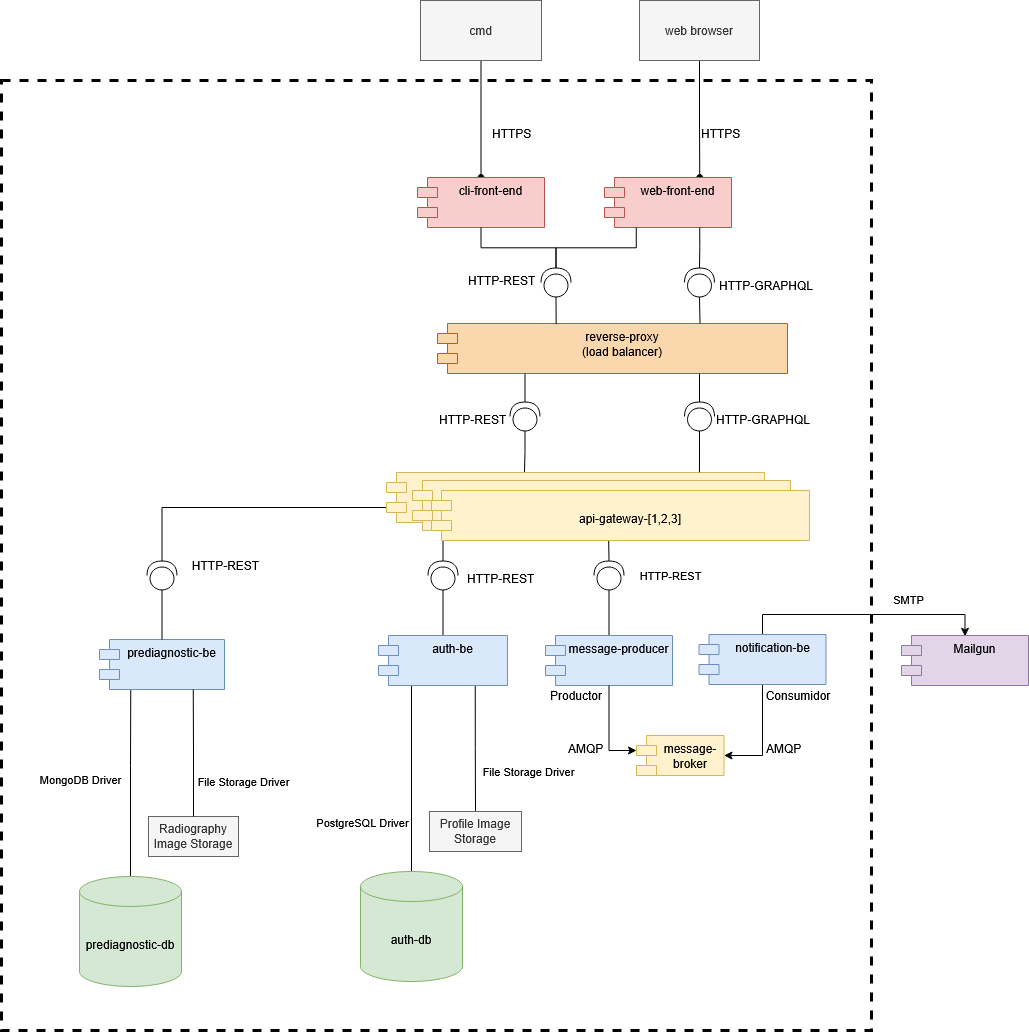
Above: P3/images/cycview.png in unobeswarch/PrototypesReadmes (draw.io), before the change. Source tidied: cells renumbered, new cells last; positions are measured from the earlier drawing's top-left corner, leaving out a move shared by most shapes.
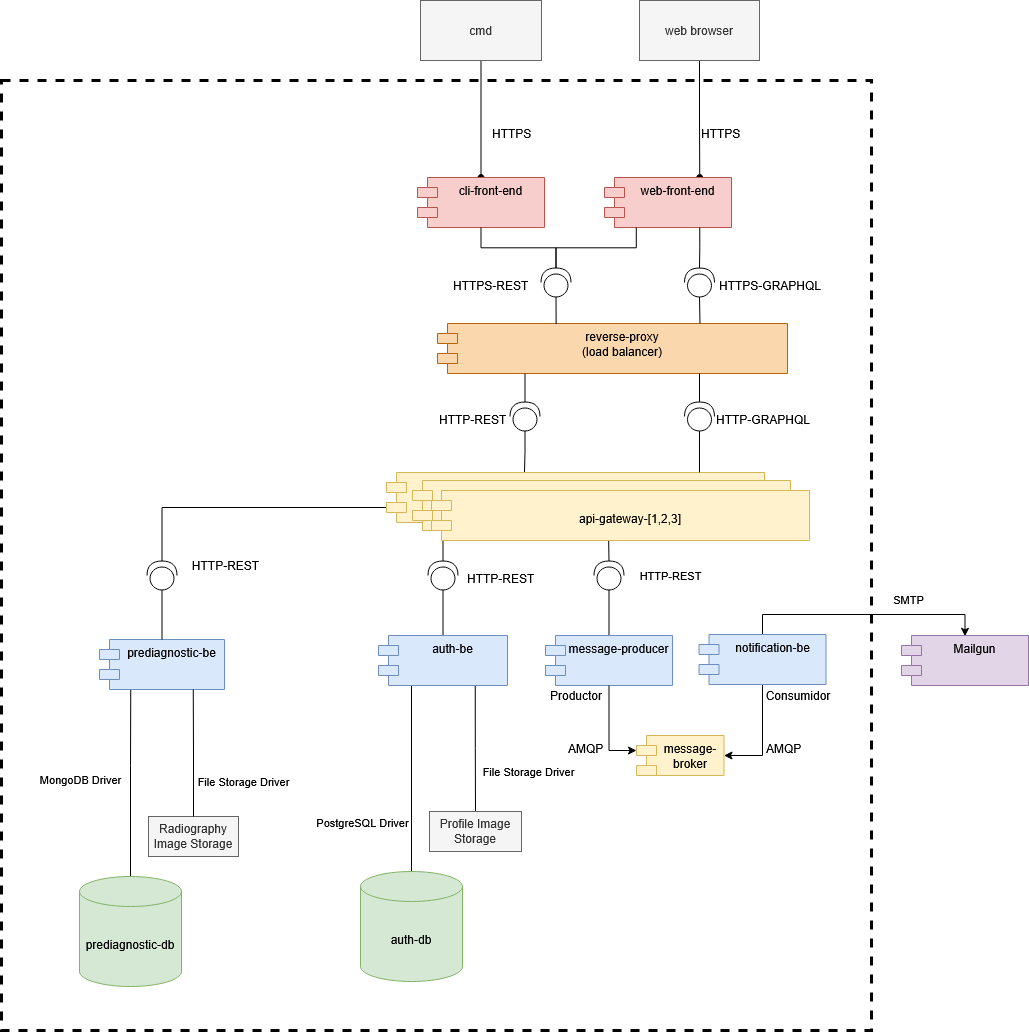
Above is the later version.

Commit message:
Https en conector con proxy

The edit, as a diff of the source:
```diff
@@ -222,11 +222,11 @@
     <mxCell id="65" style="edgeStyle=orthogonalEdgeStyle;rounded=0;jettySize=auto;html=1;exitX=0.5;exitY=1;exitDx=0;exitDy=0;entryX=1;entryY=0.5;entryDx=0;entryDy=0;entryPerimeter=0;endArrow=none;endFill=0;" parent="1" edge="1" source="56" target="59">
       <mxGeometry relative="1" as="geometry" />
     </mxCell>
-    <mxCell id="66" value="HTTP-GRAPHQL" style="text;whiteSpace=wrap;html=1;" parent="1" vertex="1">
+    <mxCell id="66" value="HTTPS-GRAPHQL" style="text;whiteSpace=wrap;html=1;" parent="1" vertex="1">
       <mxGeometry x="715.5" y="272" width="117.5" height="20" as="geometry" />
     </mxCell>
-    <mxCell id="67" value="HTTP-REST" style="text;whiteSpace=wrap;html=1;" parent="1" vertex="1">
-      <mxGeometry x="465" y="267" width="70" height="20" as="geometry" />
+    <mxCell id="67" value="HTTPS-REST" style="text;whiteSpace=wrap;html=1;" parent="1" vertex="1">
+      <mxGeometry x="450" y="272" width="80" height="20" as="geometry" />
     </mxCell>
     <mxCell id="68" value="HTTPS" style="text;whiteSpace=wrap;html=1;" parent="1" vertex="1">
       <mxGeometry x="697.5" y="120" width="70" height="20" as="geometry" />
```
